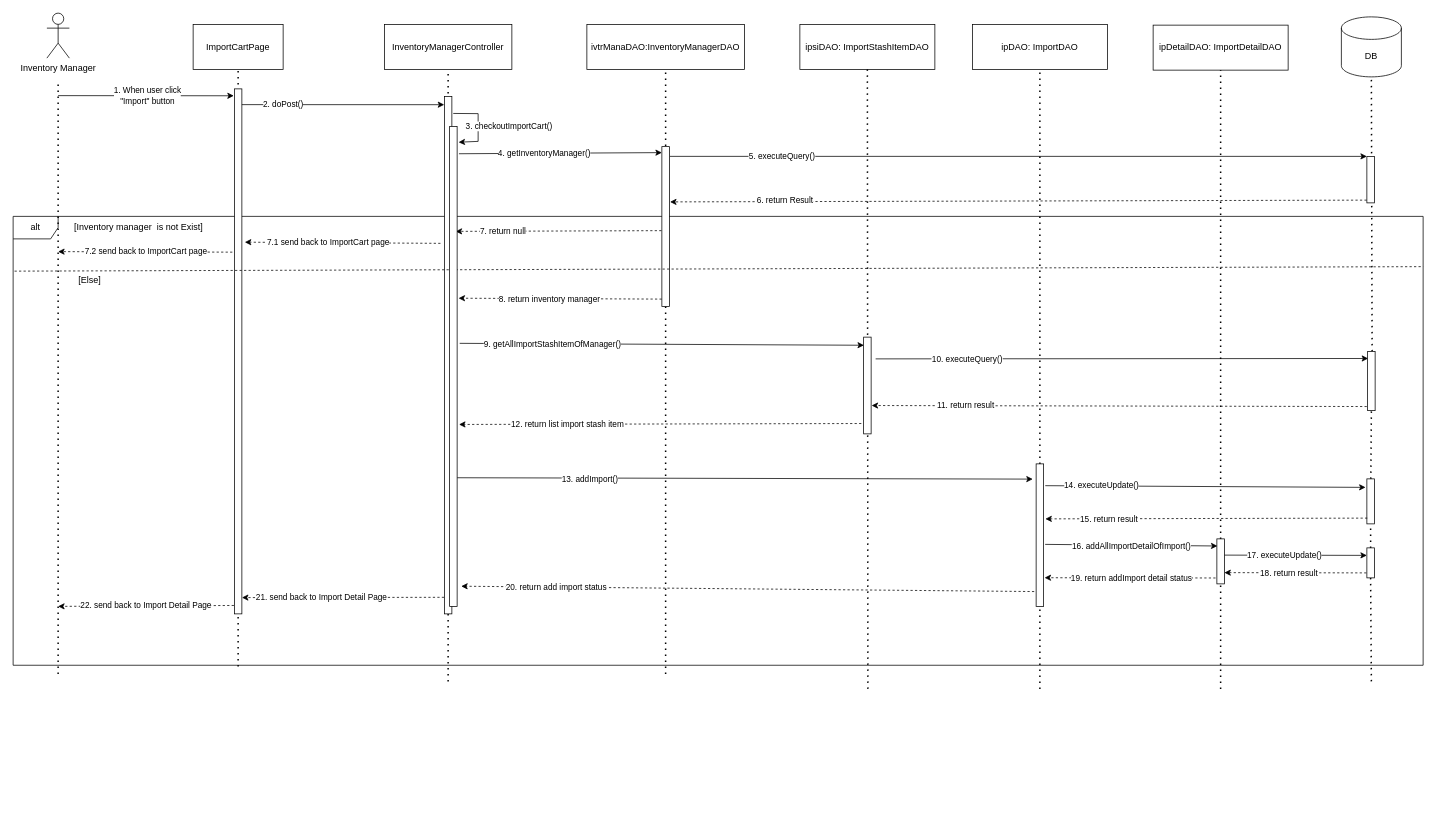
Above: document/SDS/26. Import product/Sequence_Diagram/Import_Product_Sequence_Diagram.drawio in QuocZuong/perfume-store (draw.io), before the change. Source tidied: cells renumbered, new cells numbered last; positions are measured from the earlier drawing's top-left corner, leaving out a move shared by most shapes. Both pictures are drawn from the tidied source at 75%, with x=0, y=0 at pixel (13, 13).
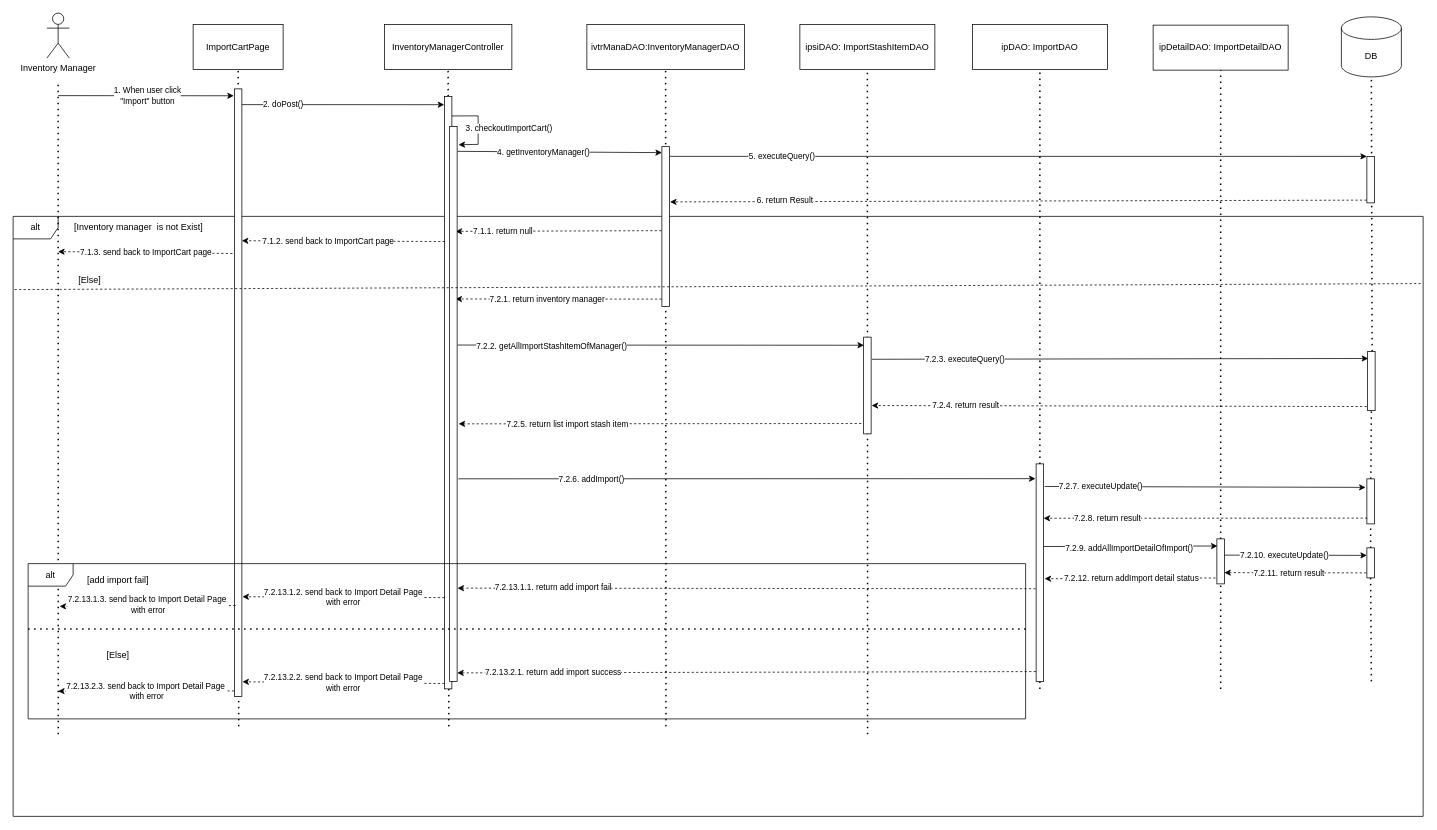
Above is the later version.

Commit message (it also covers changes not shown here):
update login, import, checkout

Unchanged cells that the change refers to:
```xml
<mxCell id="5" value="ImportCartPage" style="rounded=0;whiteSpace=wrap;html=1;" parent="1" vertex="1">
  <mxGeometry x="240" y="15" width="120" height="60" as="geometry" />
</mxCell>
<mxCell id="8" value="InventoryManagerController" style="rounded=0;whiteSpace=wrap;html=1;" parent="1" vertex="1">
  <mxGeometry x="495" y="15" width="170" height="60" as="geometry" />
</mxCell>
<mxCell id="9" value="ivtrManaDAO:InventoryManagerDAO" style="rounded=0;whiteSpace=wrap;html=1;" parent="1" vertex="1">
  <mxGeometry x="765" y="15" width="210" height="60" as="geometry" />
</mxCell>
<mxCell id="10" value="ipsiDAO: ImportStashItemDAO" style="rounded=0;whiteSpace=wrap;html=1;" parent="1" vertex="1">
  <mxGeometry x="1049" y="15" width="180" height="60" as="geometry" />
</mxCell>
<mxCell id="19" style="rounded=0;whiteSpace=wrap;html=1;" parent="1" vertex="1">
  <mxGeometry x="865" y="178" width="10" height="213" as="geometry" />
</mxCell>
<mxCell id="29" style="rounded=0;whiteSpace=wrap;html=1;" parent="1" vertex="1">
  <mxGeometry x="1134" y="432" width="10" height="129" as="geometry" />
</mxCell>
<mxCell id="37" style="rounded=0;whiteSpace=wrap;html=1;" parent="1" vertex="1">
  <mxGeometry x="1806" y="451" width="10" height="79" as="geometry" />
</mxCell>
<mxCell id="49" style="rounded=0;whiteSpace=wrap;html=1;" parent="1" vertex="1">
  <mxGeometry x="1805" y="621" width="10" height="60" as="geometry" />
</mxCell>
<mxCell id="54" style="rounded=0;whiteSpace=wrap;html=1;" parent="1" vertex="1">
  <mxGeometry x="1605" y="701" width="10" height="60" as="geometry" />
</mxCell>
<mxCell id="59" style="endArrow=classic;html=1;rounded=0;exitX=1.019;exitY=0.361;exitDx=0;exitDy=0;exitPerimeter=0;entryX=0;entryY=0.25;entryDx=0;entryDy=0;" parent="1" edge="1" source="54" target="58">
  <mxGeometry relative="1" as="geometry" />
</mxCell>
<mxCell id="61" style="endArrow=classic;html=1;rounded=0;exitX=-0.061;exitY=0.834;exitDx=0;exitDy=0;entryX=1;entryY=0.75;entryDx=0;entryDy=0;dashed=1;exitPerimeter=0;" parent="1" edge="1" source="58" target="54">
  <mxGeometry relative="1" as="geometry" />
</mxCell>
```

The edit, as a diff of the source:
```diff
@@
     <mxCell id="2" value="alt" style="shape=umlFrame;whiteSpace=wrap;html=1;" parent="1" vertex="1">
-      <mxGeometry y="271" width="1880" height="598.5" as="geometry" />
+      <mxGeometry y="271" width="1880" height="800" as="geometry" />
     </mxCell>
@@
-    <mxCell id="4" style="endArrow=none;dashed=1;html=1;dashPattern=1 3;strokeWidth=2;" parent="1" edge="1">
+    <mxCell id="4" style="endArrow=none;dashed=1;html=1;dashPattern=1 3;strokeWidth=2;exitX=0.032;exitY=0.863;exitDx=0;exitDy=0;exitPerimeter=0;" parent="1" edge="1" source="2">
       <mxGeometry relative="1" as="geometry">
-        <mxPoint x="60" y="881" as="sourcePoint" />
         <mxPoint x="60" y="91" as="targetPoint" />
       </mxGeometry>
     </mxCell>
@@
-    <mxCell id="6" style="endArrow=none;dashed=1;html=1;dashPattern=1 3;strokeWidth=2;entryX=0.5;entryY=1;entryDx=0;entryDy=0;" parent="1" edge="1" target="5">
-      <mxGeometry relative="1" as="geometry">
-        <mxPoint x="300" y="871" as="sourcePoint" />
-      </mxGeometry>
+    <mxCell id="6" style="endArrow=none;dashed=1;html=1;dashPattern=1 3;strokeWidth=2;entryX=0.5;entryY=1;entryDx=0;entryDy=0;exitX=0.16;exitY=0.85;exitDx=0;exitDy=0;exitPerimeter=0;" parent="1" edge="1" source="2" target="5">
+      <mxGeometry relative="1" as="geometry" />
     </mxCell>
@@
     <mxCell id="12" style="rounded=0;whiteSpace=wrap;html=1;" parent="1" vertex="1">
-      <mxGeometry x="295" y="101" width="10" height="700" as="geometry" />
+      <mxGeometry x="295" y="101" width="10" height="810" as="geometry" />
     </mxCell>
-    <mxCell id="13" style="endArrow=none;dashed=1;html=1;dashPattern=1 3;strokeWidth=2;entryX=0.5;entryY=1;entryDx=0;entryDy=0;" parent="1" edge="1" target="8">
-      <mxGeometry relative="1" as="geometry">
-        <mxPoint x="580" y="891" as="sourcePoint" />
-      </mxGeometry>
+    <mxCell id="13" style="endArrow=none;dashed=1;html=1;dashPattern=1 3;strokeWidth=2;entryX=0.5;entryY=1;entryDx=0;entryDy=0;exitX=0.309;exitY=0.85;exitDx=0;exitDy=0;exitPerimeter=0;" parent="1" edge="1" source="2" target="8">
+      <mxGeometry relative="1" as="geometry" />
     </mxCell>
-    <mxCell id="14" style="endArrow=none;dashed=1;html=1;dashPattern=1 3;strokeWidth=2;entryX=0.5;entryY=1;entryDx=0;entryDy=0;" parent="1" edge="1" target="9">
-      <mxGeometry relative="1" as="geometry">
-        <mxPoint x="870" y="881" as="sourcePoint" />
-      </mxGeometry>
+    <mxCell id="14" style="endArrow=none;dashed=1;html=1;dashPattern=1 3;strokeWidth=2;entryX=0.5;entryY=1;entryDx=0;entryDy=0;exitX=0.463;exitY=0.85;exitDx=0;exitDy=0;exitPerimeter=0;" parent="1" edge="1" source="2" target="9">
+      <mxGeometry relative="1" as="geometry" />
     </mxCell>
-    <mxCell id="15" style="endArrow=none;dashed=1;html=1;dashPattern=1 3;strokeWidth=2;entryX=0.5;entryY=1;entryDx=0;entryDy=0;" parent="1" edge="1" target="10">
-      <mxGeometry relative="1" as="geometry">
-        <mxPoint x="1139.7" y="901" as="sourcePoint" />
-      </mxGeometry>
+    <mxCell id="15" style="endArrow=none;dashed=1;html=1;dashPattern=1 3;strokeWidth=2;entryX=0.5;entryY=1;entryDx=0;entryDy=0;exitX=0.606;exitY=0.863;exitDx=0;exitDy=0;exitPerimeter=0;" parent="1" edge="1" source="2" target="10">
+      <mxGeometry relative="1" as="geometry" />
     </mxCell>
@@
     <mxCell id="17" style="rounded=0;whiteSpace=wrap;html=1;" parent="1" vertex="1">
-      <mxGeometry x="575" y="111" width="10" height="690" as="geometry" />
+      <mxGeometry x="575" y="111" width="10" height="790" as="geometry" />
     </mxCell>
@@
-    <mxCell id="20" value="4.&amp;nbsp;getInventoryManager()" style="endArrow=classic;html=1;exitX=1.245;exitY=0.057;exitDx=0;exitDy=0;exitPerimeter=0;" parent="1" edge="1" source="65">
+    <mxCell id="20" value="4.&amp;nbsp;getInventoryManager()" style="endArrow=classic;html=1;exitX=1.067;exitY=0.045;exitDx=0;exitDy=0;exitPerimeter=0;" parent="1" edge="1" source="65">
       <mxGeometry x="-0.16" relative="1" as="geometry">
         <mxPoint x="865" y="186" as="targetPoint" />
       </mxGeometry>
     </mxCell>
@@
-    <mxCell id="24" value="7. return null" style="endArrow=classic;html=1;exitX=-0.056;exitY=0.526;exitDx=0;exitDy=0;exitPerimeter=0;dashed=1;" parent="1" edge="1" source="19">
+    <mxCell id="24" value="7.1.1. return null" style="endArrow=classic;html=1;exitX=-0.056;exitY=0.526;exitDx=0;exitDy=0;exitPerimeter=0;dashed=1;" parent="1" edge="1" source="19">
       <mxGeometry x="0.54" relative="1" as="geometry">
         <mxPoint x="590" y="291" as="targetPoint" />
       </mxGeometry>
     </mxCell>
-    <mxCell id="25" value="7.1 send back to ImportCart page" style="endArrow=classic;html=1;exitX=-0.525;exitY=0.284;exitDx=0;exitDy=0;exitPerimeter=0;dashed=1;entryX=1.394;entryY=0.292;entryDx=0;entryDy=0;entryPerimeter=0;" parent="1" edge="1" source="17" target="12">
+    <mxCell id="25" value="7.1.2. send back to ImportCart page" style="endArrow=classic;html=1;exitX=0.067;exitY=0.245;exitDx=0;exitDy=0;exitPerimeter=0;dashed=1;entryX=1;entryY=0.25;entryDx=0;entryDy=0;" parent="1" edge="1" source="17" target="12">
       <mxGeometry x="0.15" relative="1" as="geometry" />
     </mxCell>
-    <mxCell id="26" value="7.2 send back to ImportCart page" style="endArrow=classic;html=1;exitX=-0.27;exitY=0.311;exitDx=0;exitDy=0;exitPerimeter=0;dashed=1;" parent="1" edge="1" source="12">
+    <mxCell id="26" value="7.1.3. send back to ImportCart page" style="endArrow=classic;html=1;exitX=-0.255;exitY=0.271;exitDx=0;exitDy=0;exitPerimeter=0;dashed=1;" parent="1" edge="1" source="12">
       <mxGeometry x="-0.02" relative="1" as="geometry">
         <mxPoint x="60" y="318" as="targetPoint" />
         <mxPoint x="-1" as="offset" />
       </mxGeometry>
     </mxCell>
-    <mxCell id="27" value="8. return inventory manager" style="endArrow=classic;html=1;exitX=-0.02;exitY=0.423;exitDx=0;exitDy=0;exitPerimeter=0;dashed=1;entryX=1.193;entryY=0.358;entryDx=0;entryDy=0;entryPerimeter=0;" parent="1" edge="1" target="65">
+    <mxCell id="27" value="7.2.1. return inventory manager" style="endArrow=classic;html=1;exitX=-0.02;exitY=0.423;exitDx=0;exitDy=0;exitPerimeter=0;dashed=1;entryX=1.487;entryY=0.342;entryDx=0;entryDy=0;entryPerimeter=0;" parent="1" edge="1" target="17">
       <mxGeometry x="0.11" relative="1" as="geometry">
         <mxPoint x="864.8" y="381.3" as="sourcePoint" />
       </mxGeometry>
     </mxCell>
-    <mxCell id="28" value="9. getAllImportStashItemOfManager()" style="endArrow=classic;html=1;exitX=1.341;exitY=0.452;exitDx=0;exitDy=0;exitPerimeter=0;entryX=0.046;entryY=0.084;entryDx=0;entryDy=0;entryPerimeter=0;" parent="1" edge="1" source="65" target="29">
+    <mxCell id="28" value="7.2.2. getAllImportStashItemOfManager()" style="endArrow=classic;html=1;exitX=1.054;exitY=0.394;exitDx=0;exitDy=0;exitPerimeter=0;entryX=0.046;entryY=0.084;entryDx=0;entryDy=0;entryPerimeter=0;" parent="1" edge="1" source="65" target="29">
       <mxGeometry x="-0.54" y="-1" relative="1" as="geometry" />
     </mxCell>
@@
-    <mxCell id="30" value="21. send back to Import Detail Page" style="endArrow=classic;html=1;dashed=1;exitX=-0.038;exitY=0.968;exitDx=0;exitDy=0;exitPerimeter=0;entryX=1.012;entryY=0.969;entryDx=0;entryDy=0;entryPerimeter=0;" parent="1" edge="1" source="17" target="12">
-      <mxGeometry x="0.22" relative="1" as="geometry" />
+    <mxCell id="30" value="7.2.13.1.2. send back to Import Detail Page&lt;br&gt;with error" style="endArrow=classic;html=1;dashed=1;exitX=0.033;exitY=0.846;exitDx=0;exitDy=0;exitPerimeter=0;entryX=1.078;entryY=0.836;entryDx=0;entryDy=0;entryPerimeter=0;" parent="1" edge="1" source="17" target="12">
+      <mxGeometry relative="1" as="geometry" />
     </mxCell>
-    <mxCell id="31" value="22. send back to Import Detail Page" style="endArrow=classic;html=1;dashed=1;exitX=-0.062;exitY=0.984;exitDx=0;exitDy=0;exitPerimeter=0;" parent="1" edge="1" source="12">
-      <mxGeometry relative="1" as="geometry">
-        <mxPoint x="60" y="791" as="targetPoint" />
+    <mxCell id="31" value="7.2.13.1.3. send back to Import Detail Page&amp;nbsp;&lt;br&gt;with error" style="endArrow=classic;html=1;dashed=1;exitX=-0.062;exitY=0.984;exitDx=0;exitDy=0;exitPerimeter=0;" parent="1" edge="1">
+      <mxGeometry x="-0.01" y="-1" relative="1" as="geometry">
+        <mxPoint x="296.4" y="789.8" as="sourcePoint" />
+        <mxPoint x="62" y="791" as="targetPoint" />
       </mxGeometry>
     </mxCell>
@@
-    <mxCell id="34" style="endArrow=none;dashed=1;html=1;rounded=0;exitX=0.001;exitY=0.122;exitDx=0;exitDy=0;exitPerimeter=0;entryX=1;entryY=0.112;entryDx=0;entryDy=0;entryPerimeter=0;" parent="1" edge="1" source="2" target="2">
-      <mxGeometry relative="1" as="geometry" />
-    </mxCell>
-    <mxCell id="35" style="endArrow=classic;html=1;rounded=0;entryX=0.07;entryY=0.12;entryDx=0;entryDy=0;entryPerimeter=0;" parent="1" edge="1" target="37">
-      <mxGeometry relative="1" as="geometry">
-        <mxPoint x="1150" y="461" as="sourcePoint" />
-      </mxGeometry>
+    <mxCell id="35" style="endArrow=classic;html=1;rounded=0;entryX=0.07;entryY=0.12;entryDx=0;entryDy=0;entryPerimeter=0;exitX=1.096;exitY=0.229;exitDx=0;exitDy=0;exitPerimeter=0;" parent="1" edge="1" source="29" target="37">
+      <mxGeometry relative="1" as="geometry" />
     </mxCell>
-    <mxCell id="36" value="10. executeQuery()" style="edgeLabel;html=1;align=center;verticalAlign=middle;" parent="35" vertex="1">
+    <mxCell id="36" value="7.2.3. executeQuery()" style="edgeLabel;html=1;align=center;verticalAlign=middle;" parent="35" vertex="1">
       <mxGeometry x="0.2" y="-1" relative="1" as="geometry">
         <mxPoint x="-273" as="offset" />
       </mxGeometry>
     </mxCell>
@@
-    <mxCell id="39" value="11. return result" style="endArrow=classic;html=1;dashed=1;entryX=1.173;entryY=0.707;entryDx=0;entryDy=0;entryPerimeter=0;exitX=-0.114;exitY=0.931;exitDx=0;exitDy=0;exitPerimeter=0;" parent="1" edge="1" source="37">
+    <mxCell id="39" value="7.2.4. return result" style="endArrow=classic;html=1;dashed=1;entryX=1.173;entryY=0.707;entryDx=0;entryDy=0;entryPerimeter=0;exitX=-0.114;exitY=0.931;exitDx=0;exitDy=0;exitPerimeter=0;" parent="1" edge="1" source="37">
       <mxGeometry x="0.62" relative="1" as="geometry">
         <mxPoint x="1144.7" y="523.2" as="targetPoint" />
       </mxGeometry>
     </mxCell>
-    <mxCell id="40" value="12. return list import stash item" style="endArrow=classic;html=1;exitX=-0.305;exitY=0.893;exitDx=0;exitDy=0;exitPerimeter=0;dashed=1;entryX=1.254;entryY=0.621;entryDx=0;entryDy=0;entryPerimeter=0;" parent="1" edge="1" source="29" target="65">
+    <mxCell id="40" value="7.2.5. return list import stash item" style="endArrow=classic;html=1;exitX=-0.305;exitY=0.893;exitDx=0;exitDy=0;exitPerimeter=0;dashed=1;entryX=1.196;entryY=0.536;entryDx=0;entryDy=0;entryPerimeter=0;" parent="1" edge="1" source="29" target="65">
       <mxGeometry x="0.46" relative="1" as="geometry" />
     </mxCell>
@@
-    <mxCell id="43" value="13. addImport()" style="endArrow=classic;html=1;exitX=1.004;exitY=0.732;exitDx=0;exitDy=0;exitPerimeter=0;entryX=-0.45;entryY=0.107;entryDx=0;entryDy=0;entryPerimeter=0;" parent="1" edge="1" source="65" target="45">
+    <mxCell id="43" value="7.2.6. addImport()" style="endArrow=classic;html=1;exitX=1.168;exitY=0.635;exitDx=0;exitDy=0;exitPerimeter=0;entryX=-0.089;entryY=0.068;entryDx=0;entryDy=0;entryPerimeter=0;" parent="1" edge="1" source="65" target="45">
       <mxGeometry x="-0.54" y="-1" relative="1" as="geometry" />
     </mxCell>
@@
     <mxCell id="45" style="rounded=0;whiteSpace=wrap;html=1;" parent="1" vertex="1">
-      <mxGeometry x="1364" y="601" width="10" height="190" as="geometry" />
+      <mxGeometry x="1364" y="601" width="10" height="290" as="geometry" />
     </mxCell>
-    <mxCell id="46" style="endArrow=classic;html=1;rounded=0;exitX=1.22;exitY=0.153;exitDx=0;exitDy=0;entryX=-0.176;entryY=0.189;entryDx=0;entryDy=0;entryPerimeter=0;exitPerimeter=0;" parent="1" edge="1" source="45" target="49">
+    <mxCell id="46" style="endArrow=classic;html=1;rounded=0;exitX=1.14;exitY=0.104;exitDx=0;exitDy=0;entryX=-0.176;entryY=0.189;entryDx=0;entryDy=0;entryPerimeter=0;exitPerimeter=0;" parent="1" edge="1" source="45" target="49">
       <mxGeometry relative="1" as="geometry" />
     </mxCell>
-    <mxCell id="47" value="14. executeUpdate()" style="edgeLabel;html=1;align=center;verticalAlign=middle;" parent="46" vertex="1">
+    <mxCell id="47" value="7.2.7. executeUpdate()" style="edgeLabel;html=1;align=center;verticalAlign=middle;" parent="46" vertex="1">
       <mxGeometry x="-0.27" y="1" relative="1" as="geometry">
         <mxPoint x="-82" as="offset" />
       </mxGeometry>
     </mxCell>
@@
-    <mxCell id="50" style="endArrow=classic;html=1;rounded=0;exitX=0.053;exitY=0.872;exitDx=0;exitDy=0;exitPerimeter=0;entryX=1.231;entryY=0.386;entryDx=0;entryDy=0;entryPerimeter=0;dashed=1;" parent="1" edge="1" source="49" target="45">
+    <mxCell id="50" style="endArrow=classic;html=1;rounded=0;exitX=0.053;exitY=0.872;exitDx=0;exitDy=0;exitPerimeter=0;dashed=1;entryX=1;entryY=0.25;entryDx=0;entryDy=0;" parent="1" edge="1" source="49" target="45">
       <mxGeometry relative="1" as="geometry" />
     </mxCell>
-    <mxCell id="51" value="15. return result" style="edgeLabel;html=1;align=center;verticalAlign=middle;" parent="50" vertex="1">
+    <mxCell id="51" value="7.2.8. return result" style="edgeLabel;html=1;align=center;verticalAlign=middle;" parent="50" vertex="1">
       <mxGeometry x="0.73" relative="1" as="geometry">
         <mxPoint x="26" as="offset" />
       </mxGeometry>
     </mxCell>
@@
-    <mxCell id="55" style="endArrow=classic;html=1;rounded=0;exitX=1.206;exitY=0.565;exitDx=0;exitDy=0;exitPerimeter=0;entryX=0.074;entryY=0.158;entryDx=0;entryDy=0;entryPerimeter=0;" parent="1" edge="1" source="45" target="54">
+    <mxCell id="55" style="endArrow=classic;html=1;rounded=0;exitX=0.975;exitY=0.38;exitDx=0;exitDy=0;exitPerimeter=0;entryX=0.074;entryY=0.158;entryDx=0;entryDy=0;entryPerimeter=0;" parent="1" edge="1" source="45" target="54">
       <mxGeometry relative="1" as="geometry" />
     </mxCell>
-    <mxCell id="56" value="16.&amp;nbsp;addAllImportDetailOfImport()" style="edgeLabel;html=1;align=center;verticalAlign=middle;" parent="55" vertex="1">
+    <mxCell id="56" value="7.2.9.&amp;nbsp;addAllImportDetailOfImport()" style="edgeLabel;html=1;align=center;verticalAlign=middle;" parent="55" vertex="1">
       <mxGeometry x="-0.47" y="-2" relative="1" as="geometry">
         <mxPoint x="53" as="offset" />
       </mxGeometry>
     </mxCell>
@@
-    <mxCell id="60" value="17. executeUpdate()" style="edgeLabel;html=1;align=center;verticalAlign=middle;" parent="59" vertex="1">
+    <mxCell id="60" value="7.2.10. executeUpdate()" style="edgeLabel;html=1;align=center;verticalAlign=middle;" parent="59" vertex="1">
       <mxGeometry x="-0.49" relative="1" as="geometry">
         <mxPoint x="31" as="offset" />
       </mxGeometry>
     </mxCell>
@@
-    <mxCell id="62" value="18. return result" style="edgeLabel;html=1;align=center;verticalAlign=middle;" parent="61" vertex="1">
+    <mxCell id="62" value="7.2.11. return result" style="edgeLabel;html=1;align=center;verticalAlign=middle;" parent="61" vertex="1">
       <mxGeometry x="0.48" relative="1" as="geometry">
         <mxPoint x="36" as="offset" />
       </mxGeometry>
     </mxCell>
-    <mxCell id="63" style="endArrow=classic;html=1;rounded=0;exitX=-0.179;exitY=0.869;exitDx=0;exitDy=0;exitPerimeter=0;entryX=1.13;entryY=0.799;entryDx=0;entryDy=0;entryPerimeter=0;dashed=1;" parent="1" edge="1" source="54" target="45">
+    <mxCell id="63" style="endArrow=classic;html=1;rounded=0;exitX=-0.179;exitY=0.869;exitDx=0;exitDy=0;exitPerimeter=0;entryX=1.135;entryY=0.528;entryDx=0;entryDy=0;entryPerimeter=0;dashed=1;" parent="1" edge="1" source="54" target="45">
       <mxGeometry relative="1" as="geometry" />
     </mxCell>
-    <mxCell id="64" value="19. return addImport detail status" style="edgeLabel;html=1;align=center;verticalAlign=middle;" parent="63" vertex="1">
+    <mxCell id="64" value="7.2.12. return addImport detail status" style="edgeLabel;html=1;align=center;verticalAlign=middle;" parent="63" vertex="1">
       <mxGeometry x="0.22" relative="1" as="geometry">
         <mxPoint x="26" as="offset" />
       </mxGeometry>
     </mxCell>
     <mxCell id="65" style="rounded=0;whiteSpace=wrap;html=1;" parent="1" vertex="1">
-      <mxGeometry x="582" y="151" width="10" height="640" as="geometry" />
+      <mxGeometry x="582" y="151" width="10" height="740" as="geometry" />
     </mxCell>
-    <mxCell id="66" style="endArrow=classic;html=1;rounded=0;exitX=-0.255;exitY=0.896;exitDx=0;exitDy=0;exitPerimeter=0;entryX=1.545;entryY=0.958;entryDx=0;entryDy=0;entryPerimeter=0;dashed=1;" parent="1" edge="1" source="45" target="65">
+    <mxCell id="66" style="endArrow=classic;html=1;rounded=0;exitX=-0.067;exitY=0.574;exitDx=0;exitDy=0;exitPerimeter=0;entryX=1.054;entryY=0.832;entryDx=0;entryDy=0;entryPerimeter=0;dashed=1;" parent="1" edge="1" source="45" target="65">
       <mxGeometry relative="1" as="geometry" />
     </mxCell>
-    <mxCell id="67" value="20. return add import status" style="edgeLabel;html=1;align=center;verticalAlign=middle;" parent="66" vertex="1">
+    <mxCell id="67" value="7.2.13.1.1. return add import fail" style="edgeLabel;html=1;align=center;verticalAlign=middle;" parent="66" vertex="1">
       <mxGeometry x="0.67" y="-1" relative="1" as="geometry" />
     </mxCell>
-    <mxCell id="68" style="endArrow=classic;html=1;rounded=0;entryX=1.194;entryY=0.033;entryDx=0;entryDy=0;entryPerimeter=0;exitX=1.183;exitY=0.033;exitDx=0;exitDy=0;exitPerimeter=0;" parent="1" edge="1" source="17" target="65">
+    <mxCell id="68" style="endArrow=classic;html=1;rounded=0;entryX=1.194;entryY=0.033;entryDx=0;entryDy=0;entryPerimeter=0;exitX=1.008;exitY=0.033;exitDx=0;exitDy=0;exitPerimeter=0;" parent="1" edge="1" source="17" target="65">
       <mxGeometry relative="1" as="geometry">
         <Array as="points">
-          <mxPoint x="620" y="134" />
-          <mxPoint x="620" y="171" />
+          <mxPoint x="620" y="137" />
+          <mxPoint x="620" y="175" />
         </Array>
       </mxGeometry>
     </mxCell>
@@
+    <mxCell id="34" style="endArrow=none;dashed=1;html=1;rounded=0;exitX=0.001;exitY=0.122;exitDx=0;exitDy=0;exitPerimeter=0;entryX=1;entryY=0.112;entryDx=0;entryDy=0;entryPerimeter=0;" parent="1" edge="1" source="2" target="2">
+      <mxGeometry relative="1" as="geometry" />
+    </mxCell>
+    <mxCell id="70" style="endArrow=classic;html=1;rounded=0;exitX=-0.033;exitY=0.955;exitDx=0;exitDy=0;exitPerimeter=0;entryX=1.717;entryY=0.973;entryDx=0;entryDy=0;entryPerimeter=0;dashed=1;" parent="1" edge="1" source="45" target="17">
+      <mxGeometry relative="1" as="geometry" />
+    </mxCell>
+    <mxCell id="71" value="7.2.13.2.1. return add import success" style="edgeLabel;html=1;align=center;verticalAlign=middle;" parent="70" vertex="1">
+      <mxGeometry x="0.67" y="-1" relative="1" as="geometry" />
+    </mxCell>
+    <mxCell id="72" value="7.2.13.2.2. send back to Import Detail Page&lt;br&gt;with error" style="endArrow=classic;html=1;dashed=1;exitX=0.033;exitY=0.991;exitDx=0;exitDy=0;exitPerimeter=0;entryX=1.076;entryY=0.976;entryDx=0;entryDy=0;entryPerimeter=0;" parent="1" edge="1" source="17" target="12">
+      <mxGeometry relative="1" as="geometry" />
+    </mxCell>
+    <mxCell id="73" value="7.2.13.2.3. send back to Import Detail Page&amp;nbsp;&lt;br&gt;with error" style="endArrow=classic;html=1;dashed=1;exitX=-0.032;exitY=0.991;exitDx=0;exitDy=0;exitPerimeter=0;" parent="1" edge="1" source="12">
+      <mxGeometry relative="1" as="geometry">
+        <mxPoint x="60" y="904" as="targetPoint" />
+      </mxGeometry>
+    </mxCell>
+    <mxCell id="74" value="alt" style="shape=umlFrame;whiteSpace=wrap;html=1;" parent="1" vertex="1">
+      <mxGeometry x="20" y="734" width="1330" height="207" as="geometry" />
+    </mxCell>
+    <mxCell id="75" value="[add import fail]" style="text;html=1;strokeColor=none;fillColor=none;align=center;verticalAlign=middle;whiteSpace=wrap;rounded=0;" parent="1" vertex="1">
+      <mxGeometry x="90" y="741" width="100" height="30" as="geometry" />
+    </mxCell>
+    <mxCell id="76" value="[Else]" style="text;html=1;strokeColor=none;fillColor=none;align=center;verticalAlign=middle;whiteSpace=wrap;rounded=0;" parent="1" vertex="1">
+      <mxGeometry x="90" y="841" width="100" height="30" as="geometry" />
+    </mxCell>
+    <mxCell id="77" style="endArrow=none;dashed=1;html=1;dashPattern=1 3;strokeWidth=2;rounded=0;" parent="1" edge="1">
+      <mxGeometry relative="1" as="geometry">
+        <mxPoint x="20" y="821" as="sourcePoint" />
+        <mxPoint x="1350" y="821" as="targetPoint" />
+      </mxGeometry>
+    </mxCell>
```
